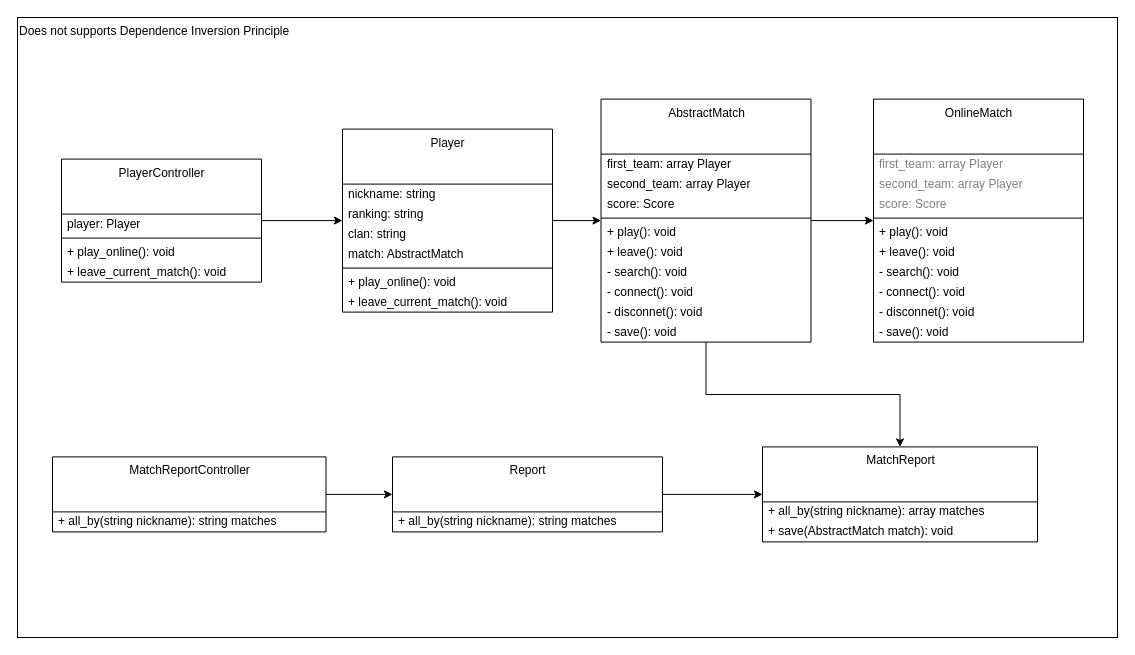
The draw.io diagram page "BROKEN-DIP" (6 of 9) of images/clean-code-clean-classes/clean-classes.drawio in GabrielSlima/blog, before the edit. Source tidied: cells renumbered, new cells numbered last; positions are measured from the earlier drawing's top-left corner, leaving out a move shared by most shapes. Both pictures are drawn from the tidied source at 100%, with x=0, y=0 at pixel (17, 17).
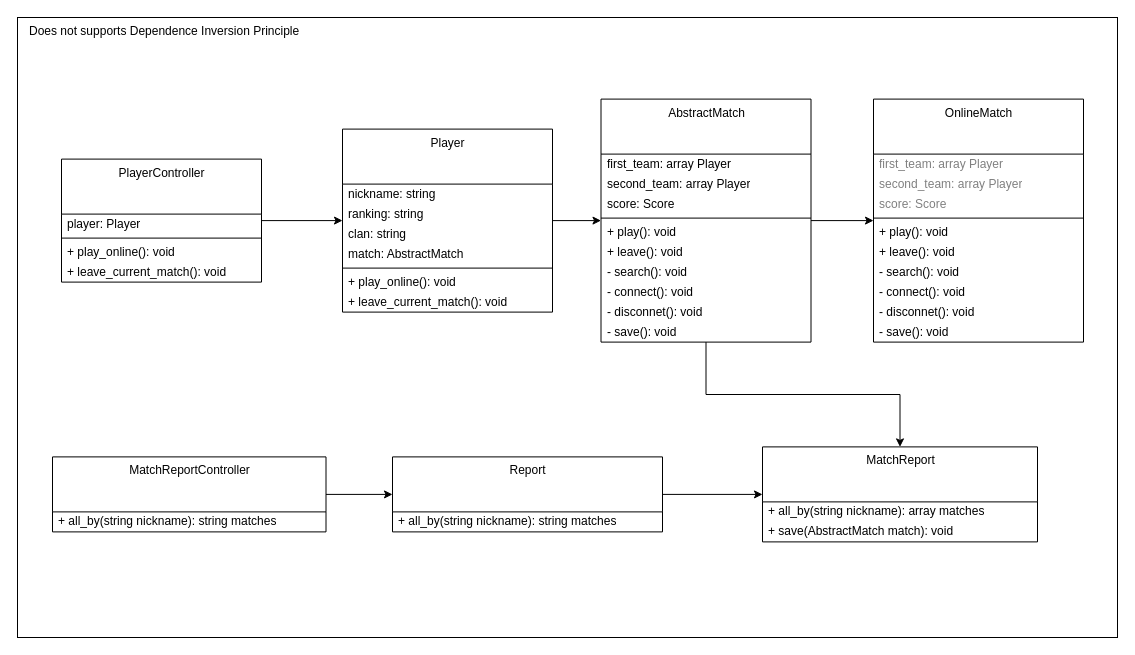
The same page after the edit.

What changed in the source:
```diff
@@
-    <mxCell id="2" value="Does not supports Dependence Inversion Principle" style="rounded=0;whiteSpace=wrap;html=1;fillColor=none;align=left;verticalAlign=top;" parent="1" vertex="1">
+    <mxCell id="2" value="Does not supports Dependence Inversion Principle" style="rounded=0;whiteSpace=wrap;html=1;fillColor=none;align=left;verticalAlign=top;spacingLeft=10;" parent="1" vertex="1">
       <mxGeometry width="1100" height="620" as="geometry" />
     </mxCell>
```
